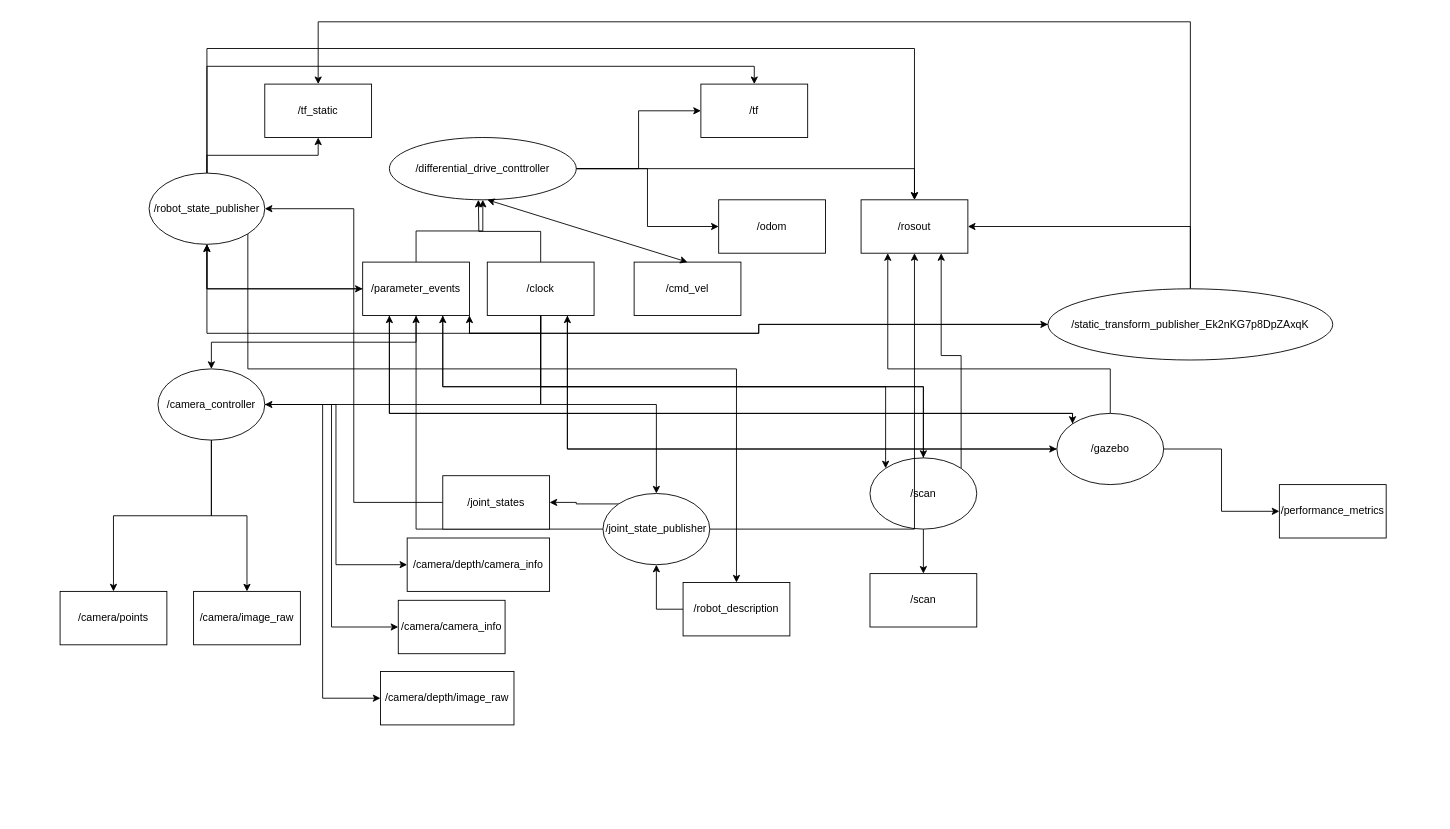
This is Kobuki.drawio from vjimenez2021/ejerciciogit, a draw.io file, before an edit. Source tidied: cells renumbered, new cells numbered last; positions are measured from the earlier drawing's top-left corner, leaving out a move shared by most shapes. Both pictures are drawn from the tidied source at 89%, with x=0, y=0 at pixel (60, 21).
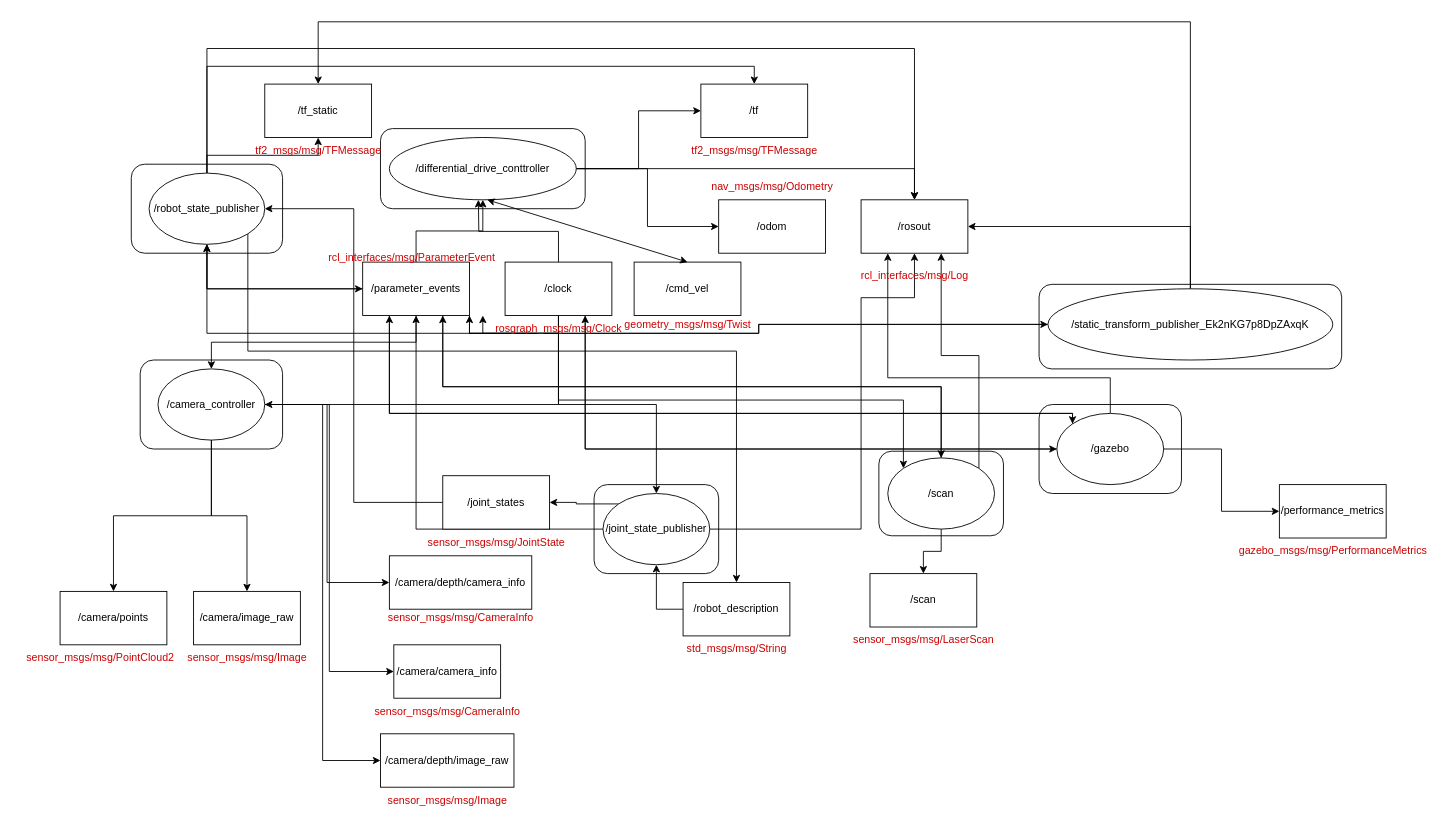
Above is the later version.

The change refers to these unchanged cells:
```xml
<mxCell id="12" value="/gazebo" style="ellipse;whiteSpace=wrap;html=1;" parent="1" vertex="1">
  <mxGeometry x="1120" y="440" width="120" height="80" as="geometry" />
</mxCell>
<mxCell id="22" value="/robot_state_publisher" style="ellipse;whiteSpace=wrap;html=1;" parent="1" vertex="1">
  <mxGeometry x="100" y="170" width="130" height="80" as="geometry" />
</mxCell>
<mxCell id="30" value="/joint_state_publisher" style="ellipse;whiteSpace=wrap;html=1;" parent="1" vertex="1">
  <mxGeometry x="610" y="530" width="120" height="80" as="geometry" />
</mxCell>
<mxCell id="59" value="/robot_description" style="rounded=0;whiteSpace=wrap;html=1;" parent="1" vertex="1">
  <mxGeometry x="700" y="630" width="120" height="60" as="geometry" />
</mxCell>
<mxCell id="60" value="/rosout" style="rounded=0;whiteSpace=wrap;html=1;" parent="1" vertex="1">
  <mxGeometry x="900" y="200" width="120" height="60" as="geometry" />
</mxCell>
```

Change to the diagram source:
```diff
@@
+    <mxCell id="66" style="rounded=1;whiteSpace=wrap;html=1;" parent="1" vertex="1">
+      <mxGeometry x="1100" y="430" width="160" height="100" as="geometry" />
+    </mxCell>
+    <mxCell id="67" style="rounded=1;whiteSpace=wrap;html=1;" parent="1" vertex="1">
+      <mxGeometry x="920" y="482.5" width="140" height="95" as="geometry" />
+    </mxCell>
+    <mxCell id="68" style="rounded=1;whiteSpace=wrap;html=1;" parent="1" vertex="1">
+      <mxGeometry x="600" y="520" width="140" height="100" as="geometry" />
+    </mxCell>
+    <mxCell id="69" style="rounded=1;whiteSpace=wrap;html=1;" parent="1" vertex="1">
+      <mxGeometry x="90" y="380" width="160" height="100" as="geometry" />
+    </mxCell>
+    <mxCell id="70" style="rounded=1;whiteSpace=wrap;html=1;" parent="1" vertex="1">
+      <mxGeometry x="80" y="160" width="170" height="100" as="geometry" />
+    </mxCell>
+    <mxCell id="71" style="rounded=1;whiteSpace=wrap;html=1;" parent="1" vertex="1">
+      <mxGeometry x="1100" y="295" width="340" height="95" as="geometry" />
+    </mxCell>
+    <mxCell id="72" style="rounded=1;whiteSpace=wrap;html=1;" parent="1" vertex="1">
+      <mxGeometry x="360" y="120" width="230" height="90" as="geometry" />
+    </mxCell>
@@
     <mxCell id="11" style="edgeStyle=orthogonalEdgeStyle;rounded=0;jettySize=auto;html=1;exitX=0.5;exitY=0;exitDx=0;exitDy=0;entryX=0.25;entryY=1;entryDx=0;entryDy=0;" parent="1" edge="1" source="12" target="60">
       <mxGeometry relative="1" as="geometry">
         <Array as="points">
-          <mxPoint x="1180" y="390" />
-          <mxPoint x="930" y="390" />
+          <mxPoint x="1180" y="400" />
+          <mxPoint x="930" y="400" />
         </Array>
       </mxGeometry>
     </mxCell>
@@
     <mxCell id="16" value="/scan" style="ellipse;whiteSpace=wrap;html=1;" parent="1" vertex="1">
-      <mxGeometry x="910" y="490" width="120" height="80" as="geometry" />
+      <mxGeometry x="930" y="490" width="120" height="80" as="geometry" />
     </mxCell>
@@
     <mxCell id="18" style="edgeStyle=orthogonalEdgeStyle;rounded=0;jettySize=auto;html=1;exitX=1;exitY=1;exitDx=0;exitDy=0;entryX=0.5;entryY=0;entryDx=0;entryDy=0;" parent="1" edge="1" source="22" target="59">
       <mxGeometry relative="1" as="geometry">
         <Array as="points">
-          <mxPoint x="211" y="390" />
-          <mxPoint x="760" y="390" />
+          <mxPoint x="211" y="370" />
+          <mxPoint x="760" y="370" />
         </Array>
       </mxGeometry>
     </mxCell>
@@
     <mxCell id="28" style="edgeStyle=orthogonalEdgeStyle;rounded=0;jettySize=auto;html=1;exitX=1;exitY=0.5;exitDx=0;exitDy=0;entryX=0.5;entryY=1;entryDx=0;entryDy=0;" parent="1" edge="1" source="30" target="60">
-      <mxGeometry relative="1" as="geometry" />
+      <mxGeometry relative="1" as="geometry">
+        <Array as="points">
+          <mxPoint x="900" y="570" />
+          <mxPoint x="900" y="310" />
+          <mxPoint x="960" y="310" />
+        </Array>
+      </mxGeometry>
     </mxCell>
@@
     <mxCell id="35" value="/camera/camera_info" style="rounded=0;whiteSpace=wrap;html=1;" parent="1" vertex="1">
-      <mxGeometry x="380" y="650" width="120" height="60" as="geometry" />
+      <mxGeometry x="375" y="700" width="120" height="60" as="geometry" />
     </mxCell>
     <mxCell id="36" value="/camera/depth/camera_info" style="rounded=0;whiteSpace=wrap;html=1;" parent="1" vertex="1">
-      <mxGeometry x="390" y="580" width="160" height="60" as="geometry" />
+      <mxGeometry x="370" y="600" width="160" height="60" as="geometry" />
     </mxCell>
     <mxCell id="37" value="/camera/depth/image_raw" style="rounded=0;whiteSpace=wrap;html=1;" parent="1" vertex="1">
-      <mxGeometry x="360" y="730" width="150" height="60" as="geometry" />
+      <mxGeometry x="360" y="800" width="150" height="60" as="geometry" />
     </mxCell>
@@
     <mxCell id="45" value="/clock" style="rounded=0;whiteSpace=wrap;html=1;" parent="1" vertex="1">
-      <mxGeometry x="480" y="270" width="120" height="60" as="geometry" />
+      <mxGeometry x="500" y="270" width="120" height="60" as="geometry" />
     </mxCell>
@@
-    <mxCell id="65" style="edgeStyle=orthogonalEdgeStyle;rounded=0;jettySize=auto;html=1;exitX=0.5;exitY=1;exitDx=0;exitDy=0;entryX=0;entryY=0;entryDx=0;entryDy=0;" parent="1" edge="1" source="45" target="16">
+    <mxCell id="65" style="edgeStyle=orthogonalEdgeStyle;rounded=0;jettySize=auto;html=1;exitX=0.5;exitY=1;exitDx=0;exitDy=0;entryX=0;entryY=0;entryDx=0;entryDy=0;" parent="1" edge="1" source="76" target="16">
       <mxGeometry relative="1" as="geometry" />
     </mxCell>
+    <mxCell id="73" value="tf2_msgs/msg/TFMessage" style="text;html=1;align=center;verticalAlign=middle;fontColor=#CC0000;" parent="1" vertex="1">
+      <mxGeometry x="210" y="130" width="160" height="30" as="geometry" />
+    </mxCell>
+    <mxCell id="74" value="rcl_interfaces/msg/ParameterEvent" style="text;html=1;align=center;verticalAlign=middle;fontColor=#CC0000;" parent="1" vertex="1">
+      <mxGeometry x="290" y="250" width="210" height="30" as="geometry" />
+    </mxCell>
+    <mxCell id="75" style="edgeStyle=orthogonalEdgeStyle;rounded=0;jettySize=auto;html=1;exitX=0.5;exitY=1;exitDx=0;exitDy=0;entryX=0;entryY=0;entryDx=0;entryDy=0;" parent="1" edge="1" source="45" target="76">
+      <mxGeometry relative="1" as="geometry" />
+    </mxCell>
+    <mxCell id="76" value="rosgraph_msgs/msg/Clock" style="text;html=1;align=center;verticalAlign=middle;points=[];strokeColor=none;fillColor=none;fontColor=#CC0000;" parent="1" vertex="1">
+      <mxGeometry x="475" y="330" width="170" height="30" as="geometry" />
+    </mxCell>
+    <mxCell id="77" value="geometry_msgs/msg/Twist" style="text;html=1;align=center;verticalAlign=middle;strokeColor=none;fillColor=none;fontColor=#CC0000;" parent="1" vertex="1">
+      <mxGeometry x="620" y="325" width="170" height="30" as="geometry" />
+    </mxCell>
+    <mxCell id="78" value="nav_msgs/msg/Odometry" style="text;html=1;align=center;verticalAlign=middle;strokeColor=none;fillColor=none;fontColor=#CC0000;" parent="1" vertex="1">
+      <mxGeometry x="720" y="170" width="160" height="30" as="geometry" />
+    </mxCell>
+    <mxCell id="79" value="tf2_msgs/msg/TFMessage" style="text;html=1;align=center;verticalAlign=middle;strokeColor=none;fillColor=none;fontColor=#CC0000;" parent="1" vertex="1">
+      <mxGeometry x="700" y="130" width="160" height="30" as="geometry" />
+    </mxCell>
+    <mxCell id="80" value="rcl_interfaces/msg/Log" style="text;html=1;align=center;verticalAlign=middle;strokeColor=none;fillColor=none;fontColor=#CC0000;" parent="1" vertex="1">
+      <mxGeometry x="890" y="270" width="140" height="30" as="geometry" />
+    </mxCell>
+    <mxCell id="81" value="sensor_msgs/msg/JointState" style="text;html=1;align=center;verticalAlign=middle;strokeColor=none;fillColor=none;fontColor=#CC0000;" parent="1" vertex="1">
+      <mxGeometry x="400" y="570" width="180" height="30" as="geometry" />
+    </mxCell>
+    <mxCell id="82" value="sensor_msgs/msg/CameraInfo" style="text;html=1;align=center;verticalAlign=middle;strokeColor=none;fillColor=none;fontColor=#CC0000;" parent="1" vertex="1">
+      <mxGeometry x="355" y="655" width="190" height="30" as="geometry" />
+    </mxCell>
+    <mxCell id="83" value="sensor_msgs/msg/CameraInfo" style="text;html=1;align=center;verticalAlign=middle;strokeColor=none;fillColor=none;fontColor=#CC0000;" parent="1" vertex="1">
+      <mxGeometry x="340" y="760" width="190" height="30" as="geometry" />
+    </mxCell>
+    <mxCell id="84" value="sensor_msgs/msg/Image" style="text;html=1;align=center;verticalAlign=middle;strokeColor=none;fillColor=none;fontColor=#CC0000;" parent="1" vertex="1">
+      <mxGeometry x="355" y="860" width="160" height="30" as="geometry" />
+    </mxCell>
+    <mxCell id="85" value="sensor_msgs/msg/Image" style="text;html=1;align=center;verticalAlign=middle;strokeColor=none;fillColor=none;fontColor=#CC0000;" parent="1" vertex="1">
+      <mxGeometry x="130" y="700" width="160" height="30" as="geometry" />
+    </mxCell>
+    <mxCell id="86" value="sensor_msgs/msg/PointCloud2" style="text;html=1;align=center;verticalAlign=middle;strokeColor=none;fillColor=none;fontColor=#CC0000;" parent="1" vertex="1">
+      <mxGeometry x="-50" y="700" width="190" height="30" as="geometry" />
+    </mxCell>
+    <mxCell id="87" value="std_msgs/msg/String" style="text;html=1;align=center;verticalAlign=middle;strokeColor=none;fillColor=none;fontColor=#CC0000;" parent="1" vertex="1">
+      <mxGeometry x="690" y="690" width="140" height="30" as="geometry" />
+    </mxCell>
+    <mxCell id="88" value="sensor_msgs/msg/LaserScan" style="text;html=1;align=center;verticalAlign=middle;strokeColor=none;fillColor=none;fontColor=#CC0000;" parent="1" vertex="1">
+      <mxGeometry x="880" y="680" width="180" height="30" as="geometry" />
+    </mxCell>
+    <mxCell id="89" value="gazebo_msgs/msg/PerformanceMetrics" style="text;html=1;align=center;verticalAlign=middle;strokeColor=none;fillColor=none;fontColor=#CC0000;" parent="1" vertex="1">
+      <mxGeometry x="1315" y="580" width="230" height="30" as="geometry" />
+    </mxCell>
```
